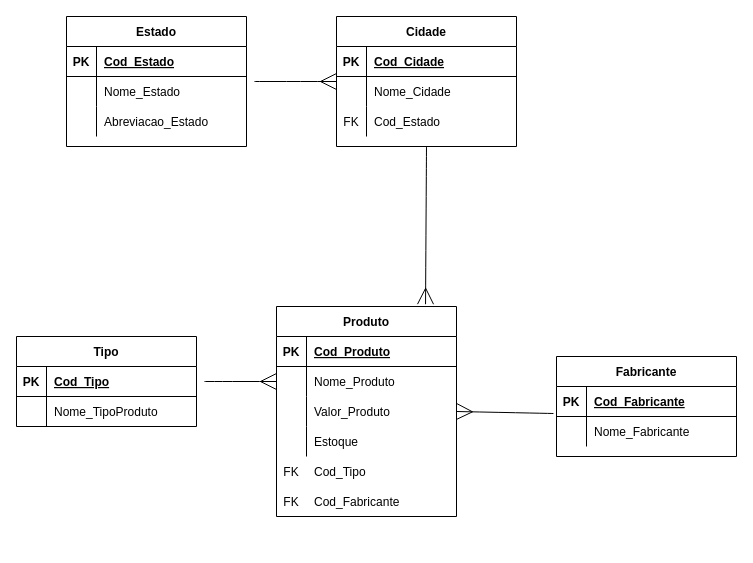
Earlier version of the draw.io diagram Banco de Dados/bd_desafio.drawio (PaulinFiori/ApiSpringbootJavaAngularJs). Source tidied: cells renumbered, new cells numbered last; positions are measured from the earlier drawing's top-left corner, leaving out a move shared by most shapes. Both pictures are drawn from the tidied source at 100%, with x=0, y=0 at pixel (16, 16).
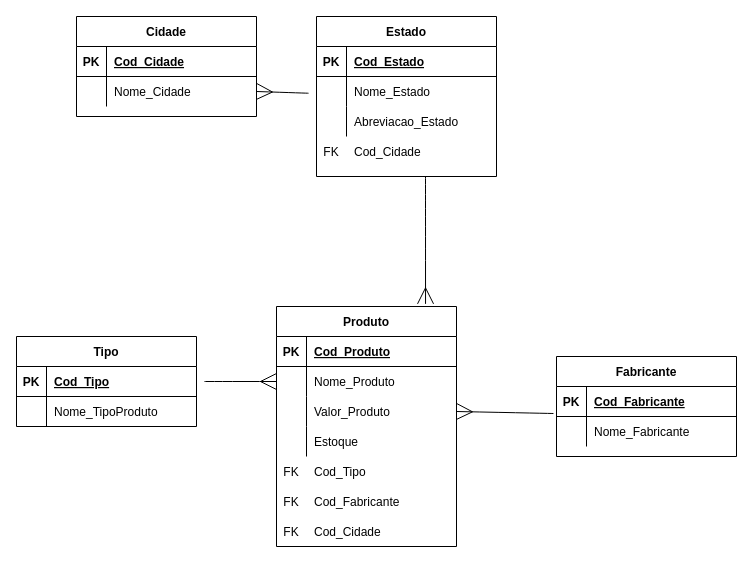
Above is the later version.

Unchanged cells that the change refers to:
```xml
<mxCell id="7" style="shape=partialRectangle;fillColor=none;top=0;left=0;bottom=0;right=0;points=[[0,0.5],[1,0.5]];portConstraint=eastwest;" parent="3" vertex="1">
  <mxGeometry y="60" width="180" height="30" as="geometry" />
</mxCell>
```

Change to the diagram source:
```diff
@@
-    <mxCell id="2" style="edgeStyle=none;curved=1;rounded=0;jettySize=auto;html=1;exitX=0.5;exitY=1;exitDx=0;exitDy=0;entryX=0.828;entryY=-0.011;entryDx=0;entryDy=0;entryPerimeter=0;fontFamily=Helvetica;endArrow=ERmany;endFill=0;startSize=14;endSize=14;sourcePerimeterSpacing=8;targetPerimeterSpacing=8;" parent="1" edge="1" source="3" target="39">
-      <mxGeometry relative="1" as="geometry" />
+    <mxCell id="2" style="edgeStyle=none;curved=1;rounded=0;jettySize=auto;html=1;entryX=0.828;entryY=-0.011;entryDx=0;entryDy=0;entryPerimeter=0;fontFamily=Helvetica;endArrow=ERmany;endFill=0;startSize=14;endSize=14;sourcePerimeterSpacing=8;targetPerimeterSpacing=8;" parent="1" edge="1" target="39">
+      <mxGeometry relative="1" as="geometry">
+        <mxPoint x="409" y="160" as="sourcePoint" />
+      </mxGeometry>
     </mxCell>
     <mxCell id="3" value="Cidade" style="shape=table;startSize=30;childLayout=tableLayout;rowLines=0;fontStyle=1;align=center;hachureGap=4;" parent="1" vertex="1">
-      <mxGeometry x="320" width="180" height="130" as="geometry" />
+      <mxGeometry x="60" width="180" height="100" as="geometry" />
     </mxCell>
@@
-    <mxCell id="10" style="shape=partialRectangle;fillColor=none;top=0;left=0;bottom=0;right=0;" parent="3" vertex="1">
-      <mxGeometry y="90" width="180" height="30" as="geometry" />
-    </mxCell>
-    <mxCell id="11" value="FK" style="shape=partialRectangle;fillColor=none;top=0;left=0;bottom=0;right=0;overflow=hidden;" parent="10" vertex="1">
-      <mxGeometry width="30" height="30" as="geometry" />
-    </mxCell>
-    <mxCell id="12" value="Cod_Estado" style="shape=partialRectangle;fillColor=none;top=0;left=0;bottom=0;right=0;align=left;spacingLeft=6;overflow=hidden;" parent="10" vertex="1">
-      <mxGeometry x="30" width="150" height="30" as="geometry" />
-    </mxCell>
-    <mxCell id="13" style="edgeStyle=none;curved=1;rounded=0;jettySize=auto;html=1;entryX=0;entryY=0.167;entryDx=0;entryDy=0;entryPerimeter=0;fontFamily=Helvetica;endArrow=ERmany;endFill=0;startSize=14;endSize=14;sourcePerimeterSpacing=8;targetPerimeterSpacing=8;" parent="1" edge="1" source="14" target="7">
-      <mxGeometry relative="1" as="geometry" />
+    <mxCell id="13" style="edgeStyle=none;curved=1;rounded=0;jettySize=auto;html=1;fontFamily=Helvetica;endArrow=ERmany;endFill=0;startSize=14;endSize=14;sourcePerimeterSpacing=8;targetPerimeterSpacing=8;" parent="1" edge="1" source="14">
+      <mxGeometry relative="1" as="geometry">
+        <mxPoint x="240" y="75" as="targetPoint" />
+      </mxGeometry>
     </mxCell>
     <mxCell id="14" value="Estado" style="shape=table;startSize=30;childLayout=tableLayout;rowLines=0;fontStyle=1;align=center;hachureGap=4;" parent="1" vertex="1">
-      <mxGeometry x="50" width="180" height="130" as="geometry" />
+      <mxGeometry x="300" width="180" height="160" as="geometry" />
     </mxCell>
@@
     <mxCell id="39" value="Produto" style="shape=table;startSize=30;childLayout=tableLayout;rowLines=0;fontStyle=1;align=center;hachureGap=4;fontFamily=Helvetica;" parent="1" vertex="1">
-      <mxGeometry x="260" y="290" width="180" height="210" as="geometry" />
+      <mxGeometry x="260" y="290" width="180" height="240" as="geometry" />
     </mxCell>
@@
+    <mxCell id="59" style="shape=partialRectangle;fillColor=none;top=0;left=0;bottom=0;right=0;" parent="1" vertex="1">
+      <mxGeometry x="300" y="120" width="180" height="30" as="geometry" />
+    </mxCell>
+    <mxCell id="60" value="FK" style="shape=partialRectangle;fillColor=none;top=0;left=0;bottom=0;right=0;overflow=hidden;" parent="59" vertex="1">
+      <mxGeometry width="30" height="30" as="geometry" />
+    </mxCell>
+    <mxCell id="61" value="Cod_Cidade" style="shape=partialRectangle;fillColor=none;top=0;left=0;bottom=0;right=0;align=left;spacingLeft=6;overflow=hidden;" parent="59" vertex="1">
+      <mxGeometry x="30" width="150" height="30" as="geometry" />
+    </mxCell>
+    <mxCell id="62" style="shape=partialRectangle;fillColor=none;top=0;left=0;bottom=0;right=0;" parent="1" vertex="1">
+      <mxGeometry x="260" y="500" width="180" height="30" as="geometry" />
+    </mxCell>
+    <mxCell id="63" value="FK" style="shape=partialRectangle;fillColor=none;top=0;left=0;bottom=0;right=0;overflow=hidden;" parent="62" vertex="1">
+      <mxGeometry width="30" height="30" as="geometry" />
+    </mxCell>
+    <mxCell id="64" value="Cod_Cidade" style="shape=partialRectangle;fillColor=none;top=0;left=0;bottom=0;right=0;align=left;spacingLeft=6;overflow=hidden;" parent="62" vertex="1">
+      <mxGeometry x="30" width="150" height="30" as="geometry" />
+    </mxCell>
```
